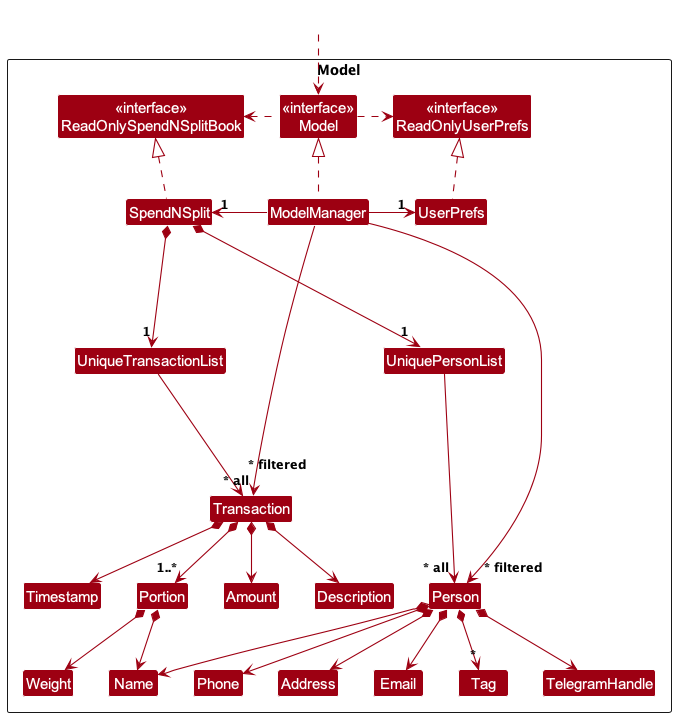
Before: docs/images/ModelClassDiagram.png, a diagram exported from PlantUML (jeffrey-jian/tp).
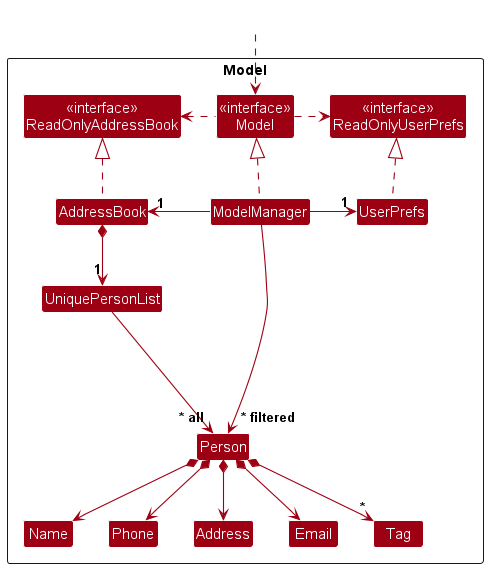
The same diagram one commit later.

The edit, as a diff of the source:
```diff
@@ -5,10 +5,10 @@
 skinparam classBackgroundColor MODEL_COLOR
 
 Package Model as ModelPackage <<Rectangle>>{
-Class "<<interface>>\nReadOnlySpendNSplitBook" as ReadOnlySpendNSplitBook
+Class "<<interface>>\nReadOnlyAddressBook" as ReadOnlyAddressBook
 Class "<<interface>>\nReadOnlyUserPrefs" as ReadOnlyUserPrefs
 Class "<<interface>>\nModel" as Model
-Class SpendNSplit
+Class AddressBook
 Class ModelManager
 Class UserPrefs
 
@@ -18,17 +18,7 @@
 Class Email
 Class Name
 Class Phone
-Class TelegramHandle
 Class Tag
-
-Class UniqueTransactionList
-Class Transaction
-Class Amount
-Class Description
-Class Timestamp
-
-Class Portion
-Class Weight
 
 Class I #FFFFFF
 }
@@ -36,43 +26,29 @@
 Class HiddenOutside #FFFFFF
 HiddenOutside ..> Model
 
-SpendNSplit .up.|> ReadOnlySpendNSplitBook
+AddressBook .up.|> ReadOnlyAddressBook
 
 ModelManager .up.|> Model
 Model .right.> ReadOnlyUserPrefs
-Model .left.> ReadOnlySpendNSplitBook
-ModelManager -left-> "1" SpendNSplit
+Model .left.> ReadOnlyAddressBook
+ModelManager -left-> "1" AddressBook
 ModelManager -right-> "1" UserPrefs
 UserPrefs .up.|> ReadOnlyUserPrefs
 
-SpendNSplit *--> "1" UniquePersonList
+AddressBook *--> "1" UniquePersonList
 UniquePersonList --> "~* all" Person
 Person *--> Name
 Person *--> Phone
 Person *--> Email
 Person *--> Address
-Person *--> TelegramHandle
 Person *--> "*" Tag
-
-SpendNSplit *--> "1" UniqueTransactionList
-UniqueTransactionList --> "~* filtered\n" Transaction
-Transaction *--> Amount
-Transaction *--> Description
-Transaction *--> Timestamp
-Transaction *--> "1..*" Portion
-Portion *--> Name
-Portion *--> Weight
 
 Person -[hidden]up--> I
 UniquePersonList -[hidden]right-> I
-
-Transaction -[hidden]up--> I
-UniqueTransactionList -[hidden]left-> I
 
 Name -[hidden]right-> Phone
 Phone -[hidden]right-> Address
 Address -[hidden]right-> Email
 
 ModelManager --> "~* filtered" Person
-ModelManager -----> "~* all" Transaction
 @enduml
```
